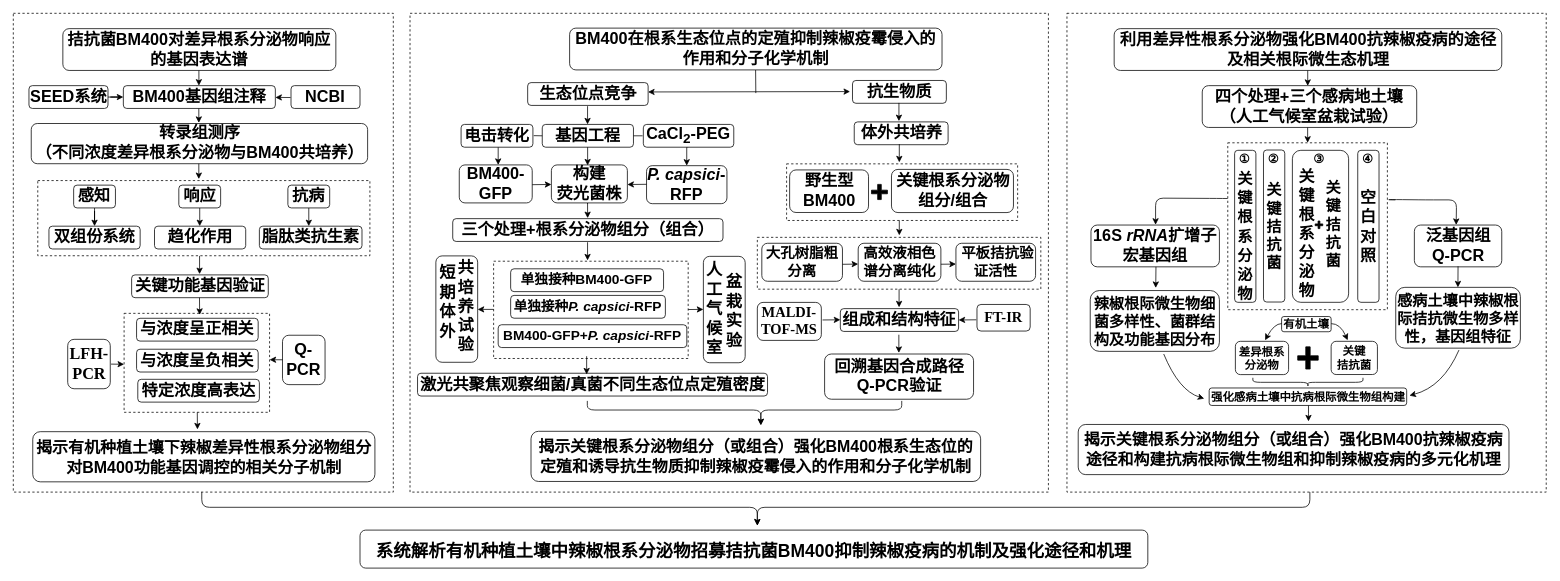
This is Manuscript/Untitled Diagram.drawio from bossning/MicrobiomeProtocol, a draw.io file, before an edit. Source tidied: cells renumbered, new cells numbered last; positions are measured from the earlier drawing's top-left corner, leaving out a move shared by most shapes. Both pictures are drawn from the tidied source at 76%, with x=0, y=0 at pixel (13, 13).
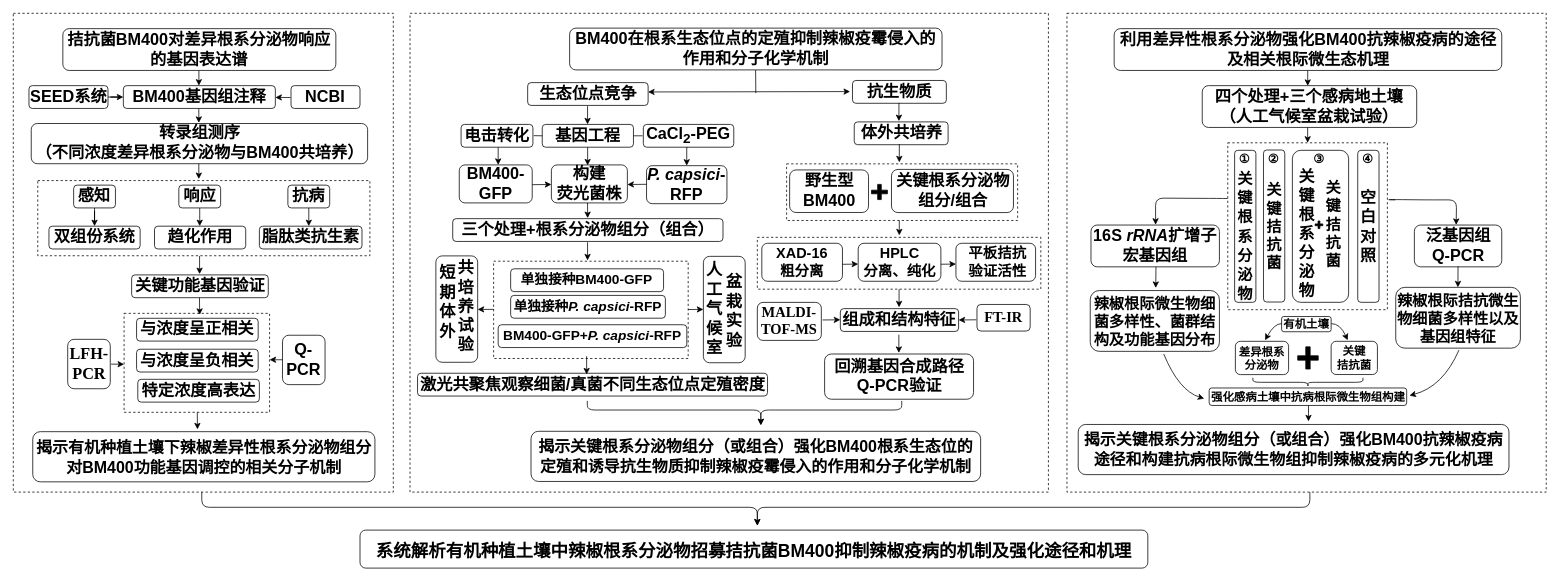
After the change.

Diff of the diagram source:
```diff
@@
-    <mxCell id="27" value="&lt;p style=&quot;margin-top: 0pt ; margin-bottom: 0pt ; margin-left: 0in ; direction: ltr ; unicode-bidi: embed ; word-break: normal ; font-size: 20px&quot;&gt;&lt;font style=&quot;font-size: 20px&quot;&gt;感病土壤中辣椒根际拮抗微生物多样性，基因组特征&lt;/font&gt;&lt;/p&gt;" style="rounded=1;whiteSpace=wrap;html=1;spacing=2;fontFamily=Helvetica;fontStyle=1;" parent="1" vertex="1">
+    <mxCell id="27" value="&lt;p style=&quot;margin-top: 0pt ; margin-bottom: 0pt ; margin-left: 0in ; direction: ltr ; unicode-bidi: embed ; word-break: normal ; font-size: 20px&quot;&gt;&lt;font style=&quot;font-size: 20px&quot;&gt;辣椒根际拮抗微生物细菌多样性以及基因组特征&lt;/font&gt;&lt;/p&gt;" style="rounded=1;whiteSpace=wrap;html=1;spacing=2;fontFamily=Helvetica;fontStyle=1;" parent="1" vertex="1">
       <mxGeometry x="1819" y="360.6" width="164" height="80" as="geometry" />
     </mxCell>
@@
-    <mxCell id="103" value="揭示关键根系分泌物组分（或组合）强化BM400抗辣椒疫病途径和构建抗病根际微生物组和抑制辣椒疫病的多元化机理" style="rounded=1;fontFamily=Helvetica;fontStyle=1;verticalAlign=middle;fontSize=21;whiteSpace=wrap;" parent="1" vertex="1">
+    <mxCell id="103" value="揭示关键根系分泌物组分（或组合）强化BM400抗辣椒疫病途径和构建抗病根际微生物组抑制辣椒疫病的多元化机理" style="rounded=1;fontFamily=Helvetica;fontStyle=1;verticalAlign=middle;fontSize=21;whiteSpace=wrap;" parent="1" vertex="1">
       <mxGeometry x="1401.2" y="541" width="566.8" height="66" as="geometry" />
     </mxCell>
@@
-    <mxCell id="127" value="&lt;span style=&quot;font-size: 19px; text-align: left;&quot;&gt;&amp;nbsp;平板拮抗验证活性&lt;/span&gt;" style="rounded=1;whiteSpace=wrap;html=1;spacing=2;fontFamily=Helvetica;fontStyle=1;fontSize=19;" parent="1" vertex="1">
+    <mxCell id="127" value="&lt;span style=&quot;font-size: 19px ; text-align: left&quot;&gt;&amp;nbsp;平板拮抗&lt;br&gt;&amp;nbsp;验证活性&lt;/span&gt;" style="rounded=1;whiteSpace=wrap;html=1;spacing=2;fontFamily=Helvetica;fontStyle=1;fontSize=19;" parent="1" vertex="1">
       <mxGeometry x="1240.3" y="302.6" width="104.8" height="50" as="geometry" />
     </mxCell>
-    <mxCell id="128" value="&lt;span style=&quot;text-align: left; font-size: 19px;&quot;&gt;&lt;font style=&quot;font-size: 19px;&quot;&gt;大孔树脂粗分离&lt;/font&gt;&lt;/span&gt;" style="rounded=1;whiteSpace=wrap;html=1;spacing=2;fontFamily=Helvetica;fontStyle=1;fontSize=19;" parent="1" vertex="1">
+    <mxCell id="128" value="&lt;font style=&quot;font-size: 19px&quot;&gt;&lt;span lang=&quot;EN-US&quot; style=&quot;&quot;&gt;&lt;font style=&quot;font-size: 19px&quot;&gt;XAD-16&lt;br&gt;&lt;/font&gt;&lt;/span&gt;&lt;span style=&quot;text-align: left&quot;&gt;&lt;font style=&quot;font-size: 19px&quot;&gt;粗&lt;/font&gt;&lt;font style=&quot;font-size: 19px&quot;&gt;分离&lt;/font&gt;&lt;/span&gt;&lt;/font&gt;" style="rounded=1;whiteSpace=wrap;html=1;spacing=2;fontFamily=Helvetica;fontStyle=1;fontSize=19;" parent="1" vertex="1">
       <mxGeometry x="984.9" y="302.6" width="106.1" height="50" as="geometry" />
     </mxCell>
@@
-    <mxCell id="130" value="&lt;span style=&quot;font-size: 19px;&quot;&gt;高效液相色谱分离纯化&lt;/span&gt;" style="rounded=1;whiteSpace=wrap;html=1;spacing=2;fontFamily=Helvetica;fontStyle=1;fontSize=19;" parent="1" vertex="1">
+    <mxCell id="130" value="&lt;span style=&quot;font-size: 19px&quot;&gt;HPLC&lt;br&gt;分离、纯化&lt;/span&gt;" style="rounded=1;whiteSpace=wrap;html=1;spacing=2;fontFamily=Helvetica;fontStyle=1;fontSize=19;" parent="1" vertex="1">
       <mxGeometry x="1111.7" y="302.6" width="108.8" height="50" as="geometry" />
     </mxCell>
```
